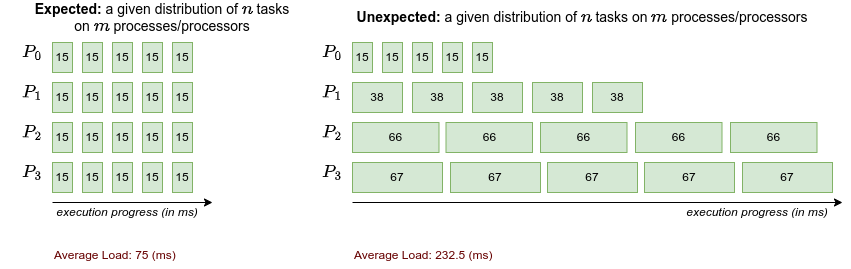
Before: docs/problem_formulation.png, a diagram exported from draw.io (ctminh/qulrb). Source tidied: cells renumbered, new cells last; positions are measured from the earlier drawing's top-left corner, leaving out a move shared by most shapes. The source it was exported from:
```xml
<mxGraphModel math="1">
  <root>
    <mxCell id="0" />
    <mxCell id="1" parent="0" />
    <mxCell id="2" value="$$P_{0}$$" style="text;html=1;strokeColor=none;fillColor=none;align=center;verticalAlign=middle;whiteSpace=wrap;rounded=0;fontSize=14;" parent="1" vertex="1">
      <mxGeometry y="30" width="40" height="40" as="geometry" />
    </mxCell>
    <mxCell id="3" value="$$P_{1}$$" style="text;html=1;strokeColor=none;fillColor=none;align=center;verticalAlign=middle;whiteSpace=wrap;rounded=0;fontSize=14;" parent="1" vertex="1">
      <mxGeometry y="70" width="40" height="40" as="geometry" />
    </mxCell>
    <mxCell id="4" value="15" style="rounded=0;whiteSpace=wrap;html=1;fillColor=#d5e8d4;strokeColor=#82b366;" parent="1" vertex="1">
      <mxGeometry x="40" y="40" width="20" height="30" as="geometry" />
    </mxCell>
    <mxCell id="5" value="$$P_{2}$$" style="text;html=1;strokeColor=none;fillColor=none;align=center;verticalAlign=middle;whiteSpace=wrap;rounded=0;fontSize=14;" parent="1" vertex="1">
      <mxGeometry y="110" width="40" height="40" as="geometry" />
    </mxCell>
    <mxCell id="6" value="$$P_{3}$$" style="text;html=1;strokeColor=none;fillColor=none;align=center;verticalAlign=middle;whiteSpace=wrap;rounded=0;fontSize=14;" parent="1" vertex="1">
      <mxGeometry y="150" width="40" height="40" as="geometry" />
    </mxCell>
    <mxCell id="7" style="endArrow=classic;html=1;rounded=0;" parent="1" edge="1">
      <mxGeometry relative="1" as="geometry">
        <mxPoint x="40" y="200" as="sourcePoint" />
        <mxPoint x="200" y="200" as="targetPoint" />
      </mxGeometry>
    </mxCell>
    <mxCell id="8" value="execution progress (in ms)" style="text;html=1;strokeColor=none;fillColor=none;align=center;verticalAlign=middle;whiteSpace=wrap;rounded=0;fontStyle=2;" parent="1" vertex="1">
      <mxGeometry x="40" y="200" width="150" height="20" as="geometry" />
    </mxCell>
    <mxCell id="9" value="&lt;font style=&quot;font-size: 14px;&quot;&gt;Expected: &lt;span style=&quot;font-weight: normal;&quot;&gt;a given distribution of &lt;/span&gt;\(n\)&lt;span style=&quot;font-weight: normal;&quot;&gt; tasks on &lt;/span&gt;\(m\)&lt;span style=&quot;font-weight: normal;&quot;&gt; processes/processors&lt;/span&gt;&lt;/font&gt;" style="text;html=1;strokeColor=none;fillColor=none;align=center;verticalAlign=middle;whiteSpace=wrap;rounded=0;fontStyle=1;" parent="1" vertex="1">
      <mxGeometry x="20" width="260" height="30" as="geometry" />
    </mxCell>
    <mxCell id="10" value="38" style="rounded=0;whiteSpace=wrap;html=1;fillColor=#d5e8d4;strokeColor=#82b366;" parent="1" vertex="1">
      <mxGeometry x="340" y="80" width="50" height="30" as="geometry" />
    </mxCell>
    <mxCell id="11" value="66" style="rounded=0;whiteSpace=wrap;html=1;fillColor=#d5e8d4;strokeColor=#82b366;" parent="1" vertex="1">
      <mxGeometry x="340" y="120" width="86.5" height="30" as="geometry" />
    </mxCell>
    <mxCell id="12" value="67" style="rounded=0;whiteSpace=wrap;html=1;fillColor=#d5e8d4;strokeColor=#82b366;" parent="1" vertex="1">
      <mxGeometry x="340" y="160" width="90" height="30" as="geometry" />
    </mxCell>
    <mxCell id="13" value="15" style="rounded=0;whiteSpace=wrap;html=1;fillColor=#d5e8d4;strokeColor=#82b366;" parent="1" vertex="1">
      <mxGeometry x="70" y="40" width="20" height="30" as="geometry" />
    </mxCell>
    <mxCell id="14" value="15" style="rounded=0;whiteSpace=wrap;html=1;fillColor=#d5e8d4;strokeColor=#82b366;" parent="1" vertex="1">
      <mxGeometry x="100" y="40" width="20" height="30" as="geometry" />
    </mxCell>
    <mxCell id="15" value="15" style="rounded=0;whiteSpace=wrap;html=1;fillColor=#d5e8d4;strokeColor=#82b366;" parent="1" vertex="1">
      <mxGeometry x="130" y="40" width="20" height="30" as="geometry" />
    </mxCell>
    <mxCell id="16" value="15" style="rounded=0;whiteSpace=wrap;html=1;fillColor=#d5e8d4;strokeColor=#82b366;" parent="1" vertex="1">
      <mxGeometry x="160" y="40" width="20" height="30" as="geometry" />
    </mxCell>
    <mxCell id="17" value="15" style="rounded=0;whiteSpace=wrap;html=1;fillColor=#d5e8d4;strokeColor=#82b366;" parent="1" vertex="1">
      <mxGeometry x="40" y="80" width="20" height="30" as="geometry" />
    </mxCell>
    <mxCell id="18" value="15" style="rounded=0;whiteSpace=wrap;html=1;fillColor=#d5e8d4;strokeColor=#82b366;" parent="1" vertex="1">
      <mxGeometry x="70" y="80" width="20" height="30" as="geometry" />
    </mxCell>
    <mxCell id="19" value="15" style="rounded=0;whiteSpace=wrap;html=1;fillColor=#d5e8d4;strokeColor=#82b366;" parent="1" vertex="1">
      <mxGeometry x="100" y="80" width="20" height="30" as="geometry" />
    </mxCell>
    <mxCell id="20" value="15" style="rounded=0;whiteSpace=wrap;html=1;fillColor=#d5e8d4;strokeColor=#82b366;" parent="1" vertex="1">
      <mxGeometry x="130" y="80" width="20" height="30" as="geometry" />
    </mxCell>
    <mxCell id="21" value="15" style="rounded=0;whiteSpace=wrap;html=1;fillColor=#d5e8d4;strokeColor=#82b366;" parent="1" vertex="1">
      <mxGeometry x="160" y="80" width="20" height="30" as="geometry" />
    </mxCell>
    <mxCell id="22" value="15" style="rounded=0;whiteSpace=wrap;html=1;fillColor=#d5e8d4;strokeColor=#82b366;" parent="1" vertex="1">
      <mxGeometry x="40" y="120" width="20" height="30" as="geometry" />
    </mxCell>
    <mxCell id="23" value="15" style="rounded=0;whiteSpace=wrap;html=1;fillColor=#d5e8d4;strokeColor=#82b366;" parent="1" vertex="1">
      <mxGeometry x="70" y="120" width="20" height="30" as="geometry" />
    </mxCell>
    <mxCell id="24" value="15" style="rounded=0;whiteSpace=wrap;html=1;fillColor=#d5e8d4;strokeColor=#82b366;" parent="1" vertex="1">
      <mxGeometry x="100" y="120" width="20" height="30" as="geometry" />
    </mxCell>
    <mxCell id="25" value="15" style="rounded=0;whiteSpace=wrap;html=1;fillColor=#d5e8d4;strokeColor=#82b366;" parent="1" vertex="1">
      <mxGeometry x="130" y="120" width="20" height="30" as="geometry" />
    </mxCell>
    <mxCell id="26" value="15" style="rounded=0;whiteSpace=wrap;html=1;fillColor=#d5e8d4;strokeColor=#82b366;" parent="1" vertex="1">
      <mxGeometry x="160" y="120" width="20" height="30" as="geometry" />
    </mxCell>
    <mxCell id="27" value="15" style="rounded=0;whiteSpace=wrap;html=1;fillColor=#d5e8d4;strokeColor=#82b366;" parent="1" vertex="1">
      <mxGeometry x="40" y="160" width="20" height="30" as="geometry" />
    </mxCell>
    <mxCell id="28" value="15" style="rounded=0;whiteSpace=wrap;html=1;fillColor=#d5e8d4;strokeColor=#82b366;" parent="1" vertex="1">
      <mxGeometry x="70" y="160" width="20" height="30" as="geometry" />
    </mxCell>
    <mxCell id="29" value="15" style="rounded=0;whiteSpace=wrap;html=1;fillColor=#d5e8d4;strokeColor=#82b366;" parent="1" vertex="1">
      <mxGeometry x="100" y="160" width="20" height="30" as="geometry" />
    </mxCell>
    <mxCell id="30" value="15" style="rounded=0;whiteSpace=wrap;html=1;fillColor=#d5e8d4;strokeColor=#82b366;" parent="1" vertex="1">
      <mxGeometry x="130" y="160" width="20" height="30" as="geometry" />
    </mxCell>
    <mxCell id="31" value="15" style="rounded=0;whiteSpace=wrap;html=1;fillColor=#d5e8d4;strokeColor=#82b366;" parent="1" vertex="1">
      <mxGeometry x="160" y="160" width="20" height="30" as="geometry" />
    </mxCell>
    <mxCell id="32" value="$$P_{0}$$" style="text;html=1;strokeColor=none;fillColor=none;align=center;verticalAlign=middle;whiteSpace=wrap;rounded=0;fontSize=14;" parent="1" vertex="1">
      <mxGeometry x="300" y="30" width="40" height="40" as="geometry" />
    </mxCell>
    <mxCell id="33" value="$$P_{1}$$" style="text;html=1;strokeColor=none;fillColor=none;align=center;verticalAlign=middle;whiteSpace=wrap;rounded=0;fontSize=14;" parent="1" vertex="1">
      <mxGeometry x="300" y="70" width="40" height="40" as="geometry" />
    </mxCell>
    <mxCell id="34" value="15" style="rounded=0;whiteSpace=wrap;html=1;fillColor=#d5e8d4;strokeColor=#82b366;" parent="1" vertex="1">
      <mxGeometry x="340" y="40" width="20" height="30" as="geometry" />
    </mxCell>
    <mxCell id="35" value="$$P_{2}$$" style="text;html=1;strokeColor=none;fillColor=none;align=center;verticalAlign=middle;whiteSpace=wrap;rounded=0;fontSize=14;" parent="1" vertex="1">
      <mxGeometry x="300" y="110" width="40" height="40" as="geometry" />
    </mxCell>
    <mxCell id="36" value="$$P_{3}$$" style="text;html=1;strokeColor=none;fillColor=none;align=center;verticalAlign=middle;whiteSpace=wrap;rounded=0;fontSize=14;" parent="1" vertex="1">
      <mxGeometry x="300" y="150" width="40" height="40" as="geometry" />
    </mxCell>
    <mxCell id="37" style="endArrow=classic;html=1;rounded=0;" parent="1" edge="1">
      <mxGeometry relative="1" as="geometry">
        <mxPoint x="340" y="200" as="sourcePoint" />
        <mxPoint x="830" y="200" as="targetPoint" />
      </mxGeometry>
    </mxCell>
    <mxCell id="38" value="execution progress (in ms)" style="text;html=1;strokeColor=none;fillColor=none;align=center;verticalAlign=middle;whiteSpace=wrap;rounded=0;fontStyle=2;" parent="1" vertex="1">
      <mxGeometry x="670" y="200" width="150" height="20" as="geometry" />
    </mxCell>
    <mxCell id="39" value="15" style="rounded=0;whiteSpace=wrap;html=1;fillColor=#d5e8d4;strokeColor=#82b366;" parent="1" vertex="1">
      <mxGeometry x="370" y="40" width="20" height="30" as="geometry" />
    </mxCell>
    <mxCell id="40" value="15" style="rounded=0;whiteSpace=wrap;html=1;fillColor=#d5e8d4;strokeColor=#82b366;" parent="1" vertex="1">
      <mxGeometry x="400" y="40" width="20" height="30" as="geometry" />
    </mxCell>
    <mxCell id="41" value="15" style="rounded=0;whiteSpace=wrap;html=1;fillColor=#d5e8d4;strokeColor=#82b366;" parent="1" vertex="1">
      <mxGeometry x="430" y="40" width="20" height="30" as="geometry" />
    </mxCell>
    <mxCell id="42" value="15" style="rounded=0;whiteSpace=wrap;html=1;fillColor=#d5e8d4;strokeColor=#82b366;" parent="1" vertex="1">
      <mxGeometry x="460" y="40" width="20" height="30" as="geometry" />
    </mxCell>
    <mxCell id="43" value="38" style="rounded=0;whiteSpace=wrap;html=1;fillColor=#d5e8d4;strokeColor=#82b366;" parent="1" vertex="1">
      <mxGeometry x="400" y="80" width="50" height="30" as="geometry" />
    </mxCell>
    <mxCell id="44" value="38" style="rounded=0;whiteSpace=wrap;html=1;fillColor=#d5e8d4;strokeColor=#82b366;" parent="1" vertex="1">
      <mxGeometry x="460" y="80" width="50" height="30" as="geometry" />
    </mxCell>
    <mxCell id="45" value="38" style="rounded=0;whiteSpace=wrap;html=1;fillColor=#d5e8d4;strokeColor=#82b366;" parent="1" vertex="1">
      <mxGeometry x="520" y="80" width="50" height="30" as="geometry" />
    </mxCell>
    <mxCell id="46" value="38" style="rounded=0;whiteSpace=wrap;html=1;fillColor=#d5e8d4;strokeColor=#82b366;" parent="1" vertex="1">
      <mxGeometry x="580" y="80" width="50" height="30" as="geometry" />
    </mxCell>
    <mxCell id="47" value="66" style="rounded=0;whiteSpace=wrap;html=1;fillColor=#d5e8d4;strokeColor=#82b366;" parent="1" vertex="1">
      <mxGeometry x="433.5" y="120" width="86.5" height="30" as="geometry" />
    </mxCell>
    <mxCell id="48" value="66" style="rounded=0;whiteSpace=wrap;html=1;fillColor=#d5e8d4;strokeColor=#82b366;" parent="1" vertex="1">
      <mxGeometry x="528" y="120" width="86.5" height="30" as="geometry" />
    </mxCell>
    <mxCell id="49" value="66" style="rounded=0;whiteSpace=wrap;html=1;fillColor=#d5e8d4;strokeColor=#82b366;" parent="1" vertex="1">
      <mxGeometry x="623" y="120" width="86.5" height="30" as="geometry" />
    </mxCell>
    <mxCell id="50" value="66" style="rounded=0;whiteSpace=wrap;html=1;fillColor=#d5e8d4;strokeColor=#82b366;" parent="1" vertex="1">
      <mxGeometry x="718" y="120" width="86.5" height="30" as="geometry" />
    </mxCell>
    <mxCell id="51" value="67" style="rounded=0;whiteSpace=wrap;html=1;fillColor=#d5e8d4;strokeColor=#82b366;" parent="1" vertex="1">
      <mxGeometry x="438" y="160" width="90" height="30" as="geometry" />
    </mxCell>
    <mxCell id="52" value="67" style="rounded=0;whiteSpace=wrap;html=1;fillColor=#d5e8d4;strokeColor=#82b366;" parent="1" vertex="1">
      <mxGeometry x="535" y="160" width="90" height="30" as="geometry" />
    </mxCell>
    <mxCell id="53" value="67" style="rounded=0;whiteSpace=wrap;html=1;fillColor=#d5e8d4;strokeColor=#82b366;" parent="1" vertex="1">
      <mxGeometry x="632" y="160" width="90" height="30" as="geometry" />
    </mxCell>
    <mxCell id="54" value="67" style="rounded=0;whiteSpace=wrap;html=1;fillColor=#d5e8d4;strokeColor=#82b366;" parent="1" vertex="1">
      <mxGeometry x="730" y="160" width="90" height="30" as="geometry" />
    </mxCell>
    <mxCell id="55" value="&lt;font style=&quot;font-size: 14px;&quot;&gt;Unexpected: &lt;span style=&quot;font-weight: normal;&quot;&gt;a given distribution of &lt;/span&gt;\(n\)&lt;span style=&quot;font-weight: normal;&quot;&gt; tasks on &lt;/span&gt;\(m\)&lt;span style=&quot;font-weight: normal;&quot;&gt; processes/processors&lt;/span&gt;&lt;/font&gt;" style="text;html=1;strokeColor=none;fillColor=none;align=center;verticalAlign=middle;whiteSpace=wrap;rounded=0;fontStyle=1;" parent="1" vertex="1">
      <mxGeometry x="340" width="460" height="30" as="geometry" />
    </mxCell>
    <mxCell id="56" value="Average Load: 75 (ms)" style="text;html=1;strokeColor=none;fillColor=none;align=left;verticalAlign=middle;whiteSpace=wrap;rounded=0;fontColor=#660000;" parent="1" vertex="1">
      <mxGeometry x="40" y="239.3" width="160" height="27.1" as="geometry" />
    </mxCell>
    <mxCell id="57" value="Average Load: 232.5 (ms)" style="text;html=1;strokeColor=none;fillColor=none;align=left;verticalAlign=middle;whiteSpace=wrap;rounded=0;fontColor=#660000;" parent="1" vertex="1">
      <mxGeometry x="340" y="239.3" width="160" height="27.1" as="geometry" />
    </mxCell>
  </root>
</mxGraphModel>
```
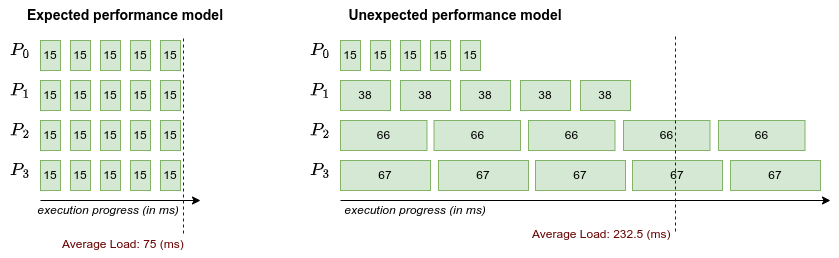
The same file after the commit.

What changed in the source:
```diff
@@ -24,10 +24,10 @@
       </mxGeometry>
     </mxCell>
     <mxCell id="8" value="execution progress (in ms)" style="text;html=1;strokeColor=none;fillColor=none;align=center;verticalAlign=middle;whiteSpace=wrap;rounded=0;fontStyle=2;" parent="1" vertex="1">
-      <mxGeometry x="40" y="200" width="150" height="20" as="geometry" />
+      <mxGeometry x="33" y="200" width="150" height="20" as="geometry" />
     </mxCell>
-    <mxCell id="9" value="&lt;font style=&quot;font-size: 14px;&quot;&gt;Expected: &lt;span style=&quot;font-weight: normal;&quot;&gt;a given distribution of &lt;/span&gt;\(n\)&lt;span style=&quot;font-weight: normal;&quot;&gt; tasks on &lt;/span&gt;\(m\)&lt;span style=&quot;font-weight: normal;&quot;&gt; processes/processors&lt;/span&gt;&lt;/font&gt;" style="text;html=1;strokeColor=none;fillColor=none;align=center;verticalAlign=middle;whiteSpace=wrap;rounded=0;fontStyle=1;" parent="1" vertex="1">
-      <mxGeometry x="20" width="260" height="30" as="geometry" />
+    <mxCell id="9" value="&lt;font style=&quot;font-size: 14px;&quot;&gt;Expected performance model&lt;/font&gt;" style="text;html=1;strokeColor=none;fillColor=none;align=center;verticalAlign=middle;whiteSpace=wrap;rounded=0;fontStyle=1;" parent="1" vertex="1">
+      <mxGeometry x="20" width="210" height="30" as="geometry" />
     </mxCell>
     <mxCell id="10" value="38" style="rounded=0;whiteSpace=wrap;html=1;fillColor=#d5e8d4;strokeColor=#82b366;" parent="1" vertex="1">
       <mxGeometry x="340" y="80" width="50" height="30" as="geometry" />
@@ -117,7 +117,7 @@
       </mxGeometry>
     </mxCell>
     <mxCell id="38" value="execution progress (in ms)" style="text;html=1;strokeColor=none;fillColor=none;align=center;verticalAlign=middle;whiteSpace=wrap;rounded=0;fontStyle=2;" parent="1" vertex="1">
-      <mxGeometry x="670" y="200" width="150" height="20" as="geometry" />
+      <mxGeometry x="340" y="200" width="150" height="20" as="geometry" />
     </mxCell>
     <mxCell id="39" value="15" style="rounded=0;whiteSpace=wrap;html=1;fillColor=#d5e8d4;strokeColor=#82b366;" parent="1" vertex="1">
       <mxGeometry x="370" y="40" width="20" height="30" as="geometry" />
@@ -167,14 +167,26 @@
     <mxCell id="54" value="67" style="rounded=0;whiteSpace=wrap;html=1;fillColor=#d5e8d4;strokeColor=#82b366;" parent="1" vertex="1">
       <mxGeometry x="730" y="160" width="90" height="30" as="geometry" />
     </mxCell>
-    <mxCell id="55" value="&lt;font style=&quot;font-size: 14px;&quot;&gt;Unexpected: &lt;span style=&quot;font-weight: normal;&quot;&gt;a given distribution of &lt;/span&gt;\(n\)&lt;span style=&quot;font-weight: normal;&quot;&gt; tasks on &lt;/span&gt;\(m\)&lt;span style=&quot;font-weight: normal;&quot;&gt; processes/processors&lt;/span&gt;&lt;/font&gt;" style="text;html=1;strokeColor=none;fillColor=none;align=center;verticalAlign=middle;whiteSpace=wrap;rounded=0;fontStyle=1;" parent="1" vertex="1">
-      <mxGeometry x="340" width="460" height="30" as="geometry" />
+    <mxCell id="55" value="&lt;font style=&quot;font-size: 14px;&quot;&gt;Unexpected performance model&lt;/font&gt;" style="text;html=1;strokeColor=none;fillColor=none;align=center;verticalAlign=middle;whiteSpace=wrap;rounded=0;fontStyle=1;" parent="1" vertex="1">
+      <mxGeometry x="340" width="230" height="30" as="geometry" />
     </mxCell>
     <mxCell id="56" value="Average Load: 75 (ms)" style="text;html=1;strokeColor=none;fillColor=none;align=left;verticalAlign=middle;whiteSpace=wrap;rounded=0;fontColor=#660000;" parent="1" vertex="1">
-      <mxGeometry x="40" y="239.3" width="160" height="27.1" as="geometry" />
+      <mxGeometry x="60" y="230" width="130" height="27.1" as="geometry" />
     </mxCell>
     <mxCell id="57" value="Average Load: 232.5 (ms)" style="text;html=1;strokeColor=none;fillColor=none;align=left;verticalAlign=middle;whiteSpace=wrap;rounded=0;fontColor=#660000;" parent="1" vertex="1">
-      <mxGeometry x="340" y="239.3" width="160" height="27.1" as="geometry" />
+      <mxGeometry x="530" y="220" width="150" height="27.1" as="geometry" />
     </mxCell>
+    <mxCell id="58" style="endArrow=none;dashed=1;html=1;rounded=0;strokeColor=#660000;" parent="1" edge="1">
+      <mxGeometry relative="1" as="geometry">
+        <mxPoint x="183" y="233" as="sourcePoint" />
+        <mxPoint x="183" y="35" as="targetPoint" />
+      </mxGeometry>
+    </mxCell>
+    <mxCell id="59" style="endArrow=none;dashed=1;html=1;rounded=0;strokeColor=#660000;" parent="1" edge="1">
+      <mxGeometry relative="1" as="geometry">
+        <mxPoint x="675" y="231" as="sourcePoint" />
+        <mxPoint x="675" y="33" as="targetPoint" />
+      </mxGeometry>
+    </mxCell>
   </root>
 </mxGraphModel>
```
